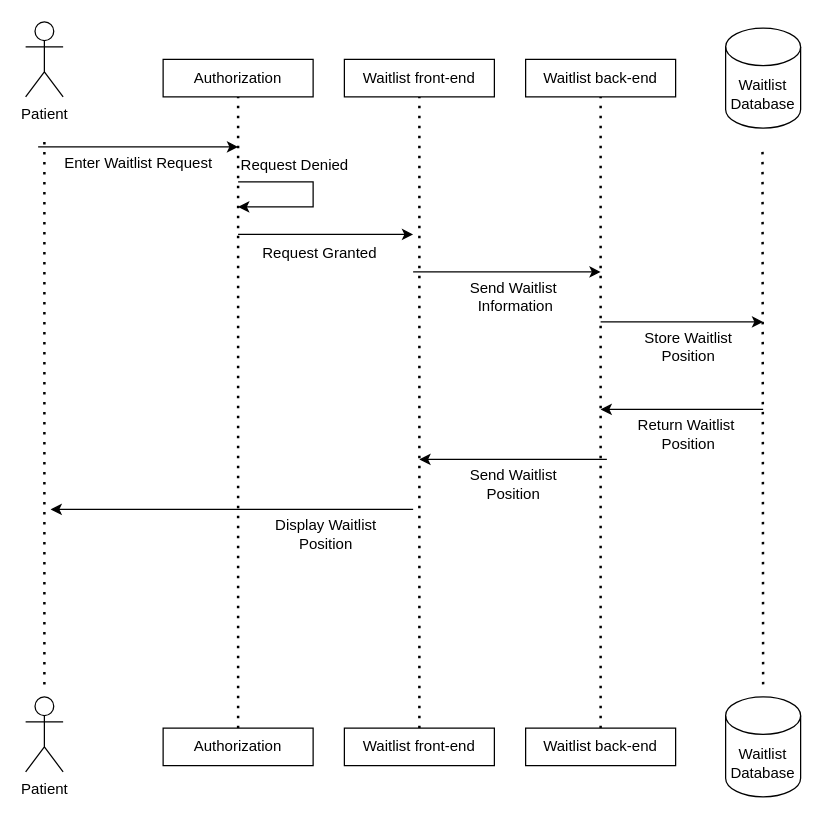
This is images/EnterWaitlist.drawio from uvic-teach/project-m1-team1, a draw.io file, before an edit. Source tidied: cells renumbered, new cells numbered last; positions are measured from the earlier drawing's top-left corner, leaving out a move shared by most shapes. Both pictures are drawn from the tidied source at 125%, with x=0, y=0 at pixel (25, 21).
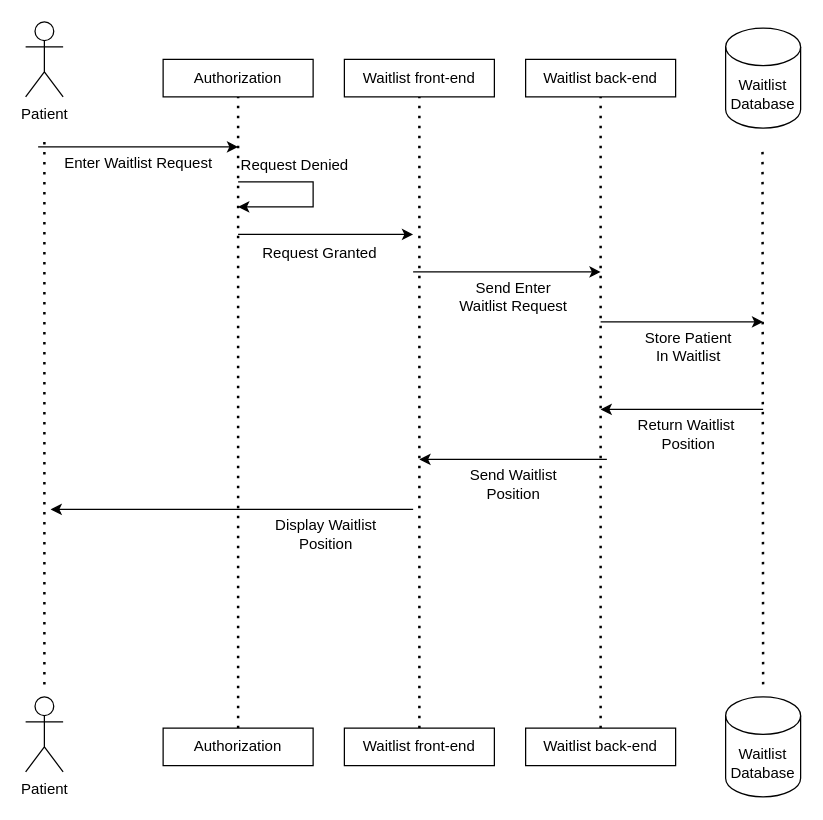
The same page after the edit.

What changed in the source:
```diff
@@
-    <mxCell id="21" value="Send Waitlist&lt;br&gt;&amp;nbsp;Information" style="text;html=1;align=center;verticalAlign=middle;strokeColor=none;fillColor=none;" parent="1" vertex="1">
-      <mxGeometry x="345" y="200" width="90" height="40" as="geometry" />
+    <mxCell id="21" value="Send Enter&lt;br&gt;Waitlist Request" style="text;html=1;align=center;verticalAlign=middle;strokeColor=none;fillColor=none;" parent="1" vertex="1">
+      <mxGeometry x="335" y="200" width="110" height="40" as="geometry" />
     </mxCell>
@@
-    <mxCell id="23" value="Store Waitlist&lt;br&gt;Position" style="text;html=1;align=center;verticalAlign=middle;strokeColor=none;fillColor=none;" parent="1" vertex="1">
+    <mxCell id="23" value="Store Patient&lt;br&gt;In Waitlist" style="text;html=1;align=center;verticalAlign=middle;strokeColor=none;fillColor=none;" parent="1" vertex="1">
       <mxGeometry x="485" y="240" width="90" height="40" as="geometry" />
     </mxCell>
```
